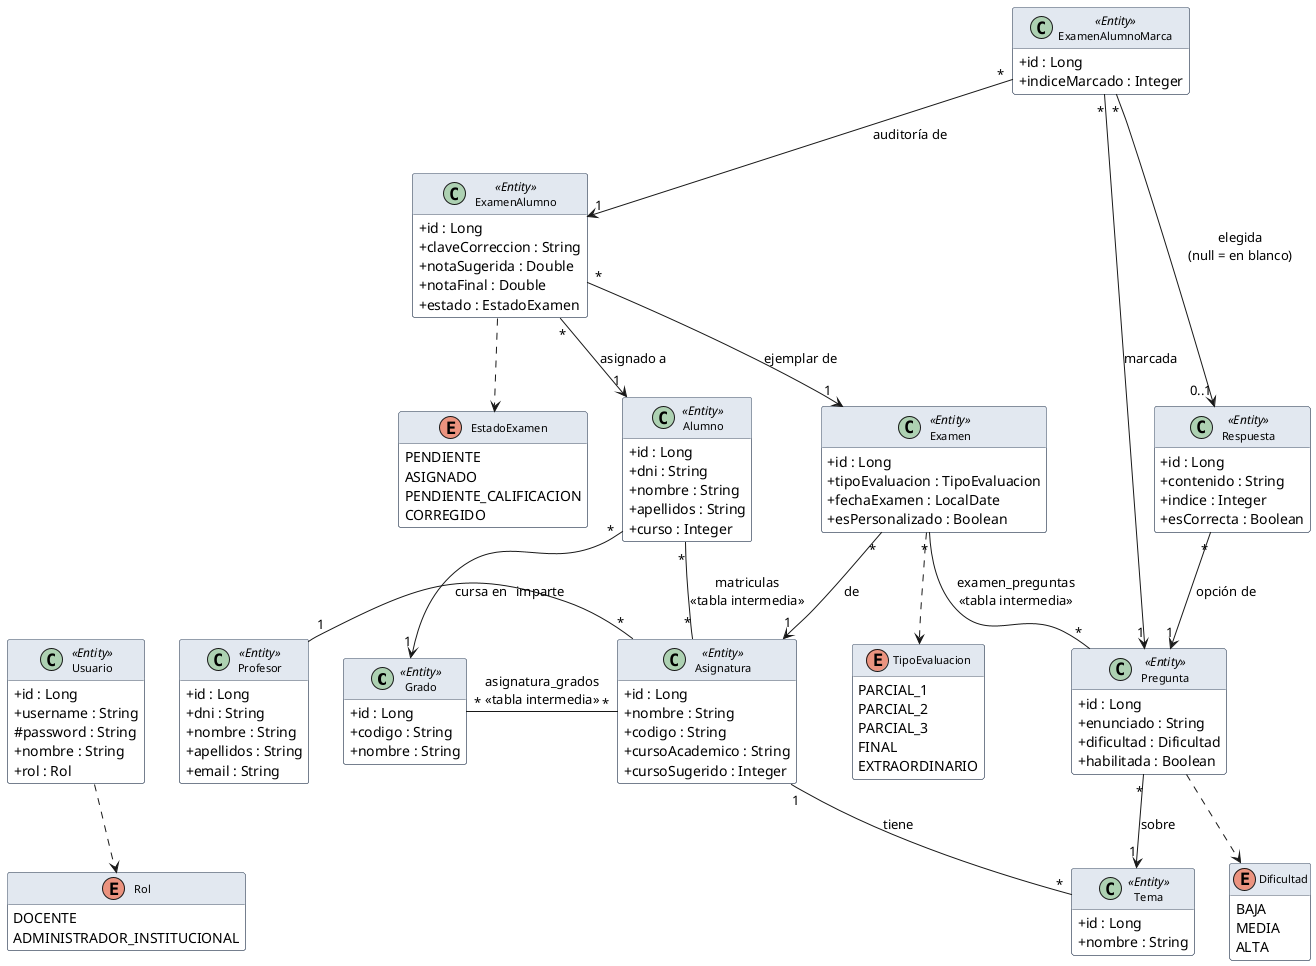
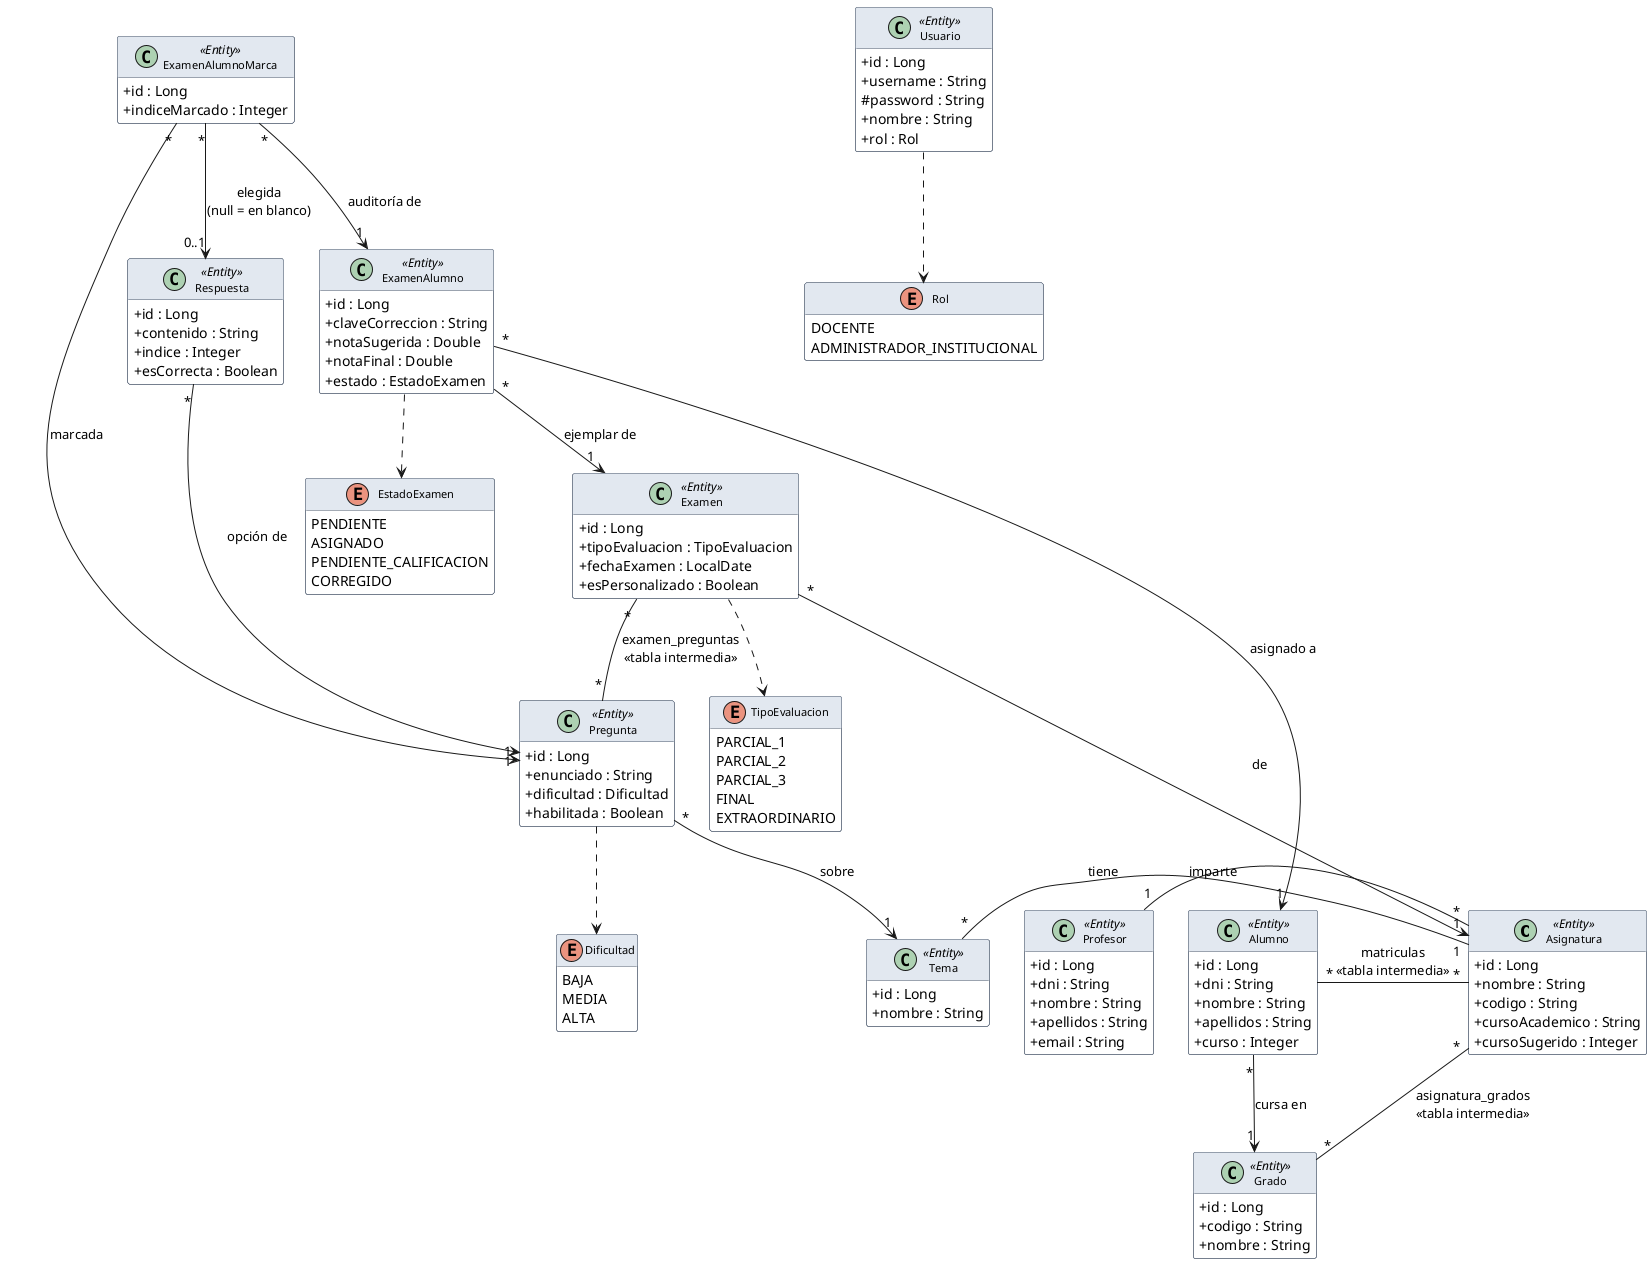
@startuml
skinparam classAttributeIconSize 0
skinparam class {
  BackgroundColor white
  BorderColor #475569
  HeaderBackgroundColor #e2e8f0
  FontName Arial
  FontSize 11
}
skinparam enum {
  BackgroundColor #fef9c3
  BorderColor #ca8a04
  FontName Arial
  FontSize 10
}
hide empty members

- ' ── Nivel 1: Maestros ────────────────────────────────────────
+ ' ── Nivel 1: Entidad central ─────────────────────
+ class Asignatura <<Entity>> {
+   + id : Long
+   + nombre : String
+   + codigo : String
+   + cursoAcademico : String
+   + cursoSugerido : Integer
+ }
+ 
+ ' ── Nivel 2: Entidades vinculadas directamente ───
together {
  class Grado <<Entity>> {
    + id : Long
    + codigo : String
    + nombre : String
+   }
+   class Alumno <<Entity>> {
+     + id : Long
+     + dni : String
+     + nombre : String
+     + apellidos : String
+     + curso : Integer
  }
  class Profesor <<Entity>> {
    + id : Long
    + dni : String
    + nombre : String
    + apellidos : String
    + email : String
  }
+   class Tema <<Entity>> {
+     + id : Long
+     + nombre : String
+   }
+ }
+ 
+ ' ── Nivel 3: Contenido y generación ─────────────
+ together {
+   class Pregunta <<Entity>> {
+     + id : Long
+     + enunciado : String
+     + dificultad : Dificultad
+     + habilitada : Boolean
+   }
+   enum Dificultad {
+     BAJA
+     MEDIA
+     ALTA
+   }
+   class Examen <<Entity>> {
+     + id : Long
+     + tipoEvaluacion : TipoEvaluacion
+     + fechaExamen : LocalDate
+     + esPersonalizado : Boolean
+   }
+   enum TipoEvaluacion {
+     PARCIAL_1
+     PARCIAL_2
+     PARCIAL_3
+     FINAL
+     EXTRAORDINARIO
+   }
+ }
+ 
+ ' ── Nivel 4: Ejemplar y respuestas ──────────────
+ together {
+   class Respuesta <<Entity>> {
+     + id : Long
+     + contenido : String
+     + indice : Integer
+     + esCorrecta : Boolean
+   }
+   class ExamenAlumno <<Entity>> {
+     + id : Long
+     + claveCorreccion : String
+     + notaSugerida : Double
+     + notaFinal : Double
+     + estado : EstadoExamen
+   }
+   enum EstadoExamen {
+     PENDIENTE
+     ASIGNADO
+     PENDIENTE_CALIFICACION
+     CORREGIDO
+   }
+ }
+ 
+ ' ── Nivel 5: Auditoría ───────────────────────────
+ class ExamenAlumnoMarca <<Entity>> {
+   + id : Long
+   + indiceMarcado : Integer
+ }
+ 
+ ' ── Auth (independiente) ─────────────────────────
+ together {
  class Usuario <<Entity>> {
    + id : Long
    + username : String
    # password : String
    + nombre : String
    + rol : Rol
  }
  enum Rol {
    DOCENTE
    ADMINISTRADOR_INSTITUCIONAL
  }
}

- ' ── Nivel 2: Académico ───────────────────────────────────────
- together {
-   class Alumno <<Entity>> {
-     + id : Long
-     + dni : String
-     + nombre : String
-     + apellidos : String
-     + curso : Integer
-   }
-   class Asignatura <<Entity>> {
-     + id : Long
-     + nombre : String
-     + codigo : String
-     + cursoAcademico : String
-     + cursoSugerido : Integer
-   }
- }
- 
- ' ── Nivel 3: Contenido ───────────────────────────────────────
- together {
-   class Tema <<Entity>> {
-     + id : Long
-     + nombre : String
-   }
-   enum Dificultad {
-     BAJA
-     MEDIA
-     ALTA
-   }
-   class Pregunta <<Entity>> {
-     + id : Long
-     + enunciado : String
-     + dificultad : Dificultad
-     + habilitada : Boolean
-   }
-   class Respuesta <<Entity>> {
-     + id : Long
-     + contenido : String
-     + indice : Integer
-     + esCorrecta : Boolean
-   }
- }
- 
- ' ── Nivel 4: Examen ──────────────────────────────────────────
- together {
-   enum TipoEvaluacion {
-     PARCIAL_1
-     PARCIAL_2
-     PARCIAL_3
-     FINAL
-     EXTRAORDINARIO
-   }
-   class Examen <<Entity>> {
-     + id : Long
-     + tipoEvaluacion : TipoEvaluacion
-     + fechaExamen : LocalDate
-     + esPersonalizado : Boolean
-   }
- }
- 
- ' ── Nivel 5: Ejemplar ────────────────────────────────────────
- together {
-   enum EstadoExamen {
-     PENDIENTE
-     ASIGNADO
-     PENDIENTE_CALIFICACION
-     CORREGIDO
-   }
-   class ExamenAlumno <<Entity>> {
-     + id : Long
-     + claveCorreccion : String
-     + notaSugerida : Double
-     + notaFinal : Double
-     + estado : EstadoExamen
-   }
- }
- 
- ' ── Nivel 6: Auditoría ───────────────────────────────────────
- class ExamenAlumnoMarca <<Entity>> {
-   + id : Long
-   + indiceMarcado : Integer
- }
- 
' ══════════════════════════════════════════════
' RELACIONES
' ══════════════════════════════════════════════

' Auth
Usuario       ..>  Rol

- ' Estructura académica
+ ' Asignatura como eje
Profesor      "1"  --  "*"  Asignatura    : imparte
- Alumno        "*"  -->  "1"  Grado        : cursa en
Asignatura    "*"  --  "*"  Grado         : asignatura_grados\n<<tabla intermedia>>
Alumno        "*"  --  "*"  Asignatura    : matriculas\n<<tabla intermedia>>
+ Asignatura    "1"  --  "*"  Tema          : tiene
+ 
+ ' Alumno → Grado
+ Alumno        "*"  -->  "1"  Grado        : cursa en

' Contenido
- Asignatura    "1"  --  "*"  Tema          : tiene
Pregunta      "*"  -->  "1"  Tema          : sobre
Pregunta      ..>  Dificultad
Respuesta     "*"  -->  "1"  Pregunta      : opción de

' Examen
Examen        ..>  TipoEvaluacion
Examen        "*"  -->  "1"  Asignatura    : de
Examen        "*"  --  "*"  Pregunta       : examen_preguntas\n<<tabla intermedia>>

' Ejemplar
ExamenAlumno  ..>  EstadoExamen
ExamenAlumno  "*"  -->  "1"  Examen        : ejemplar de
ExamenAlumno  "*"  -->  "1"  Alumno        : asignado a

' Auditoría
ExamenAlumnoMarca  "*"  -->  "1"    ExamenAlumno  : auditoría de
ExamenAlumnoMarca  "*"  -->  "1"    Pregunta      : marcada
ExamenAlumnoMarca  "*"  -->  "0..1" Respuesta     : elegida\n(null = en blanco)

@enduml
